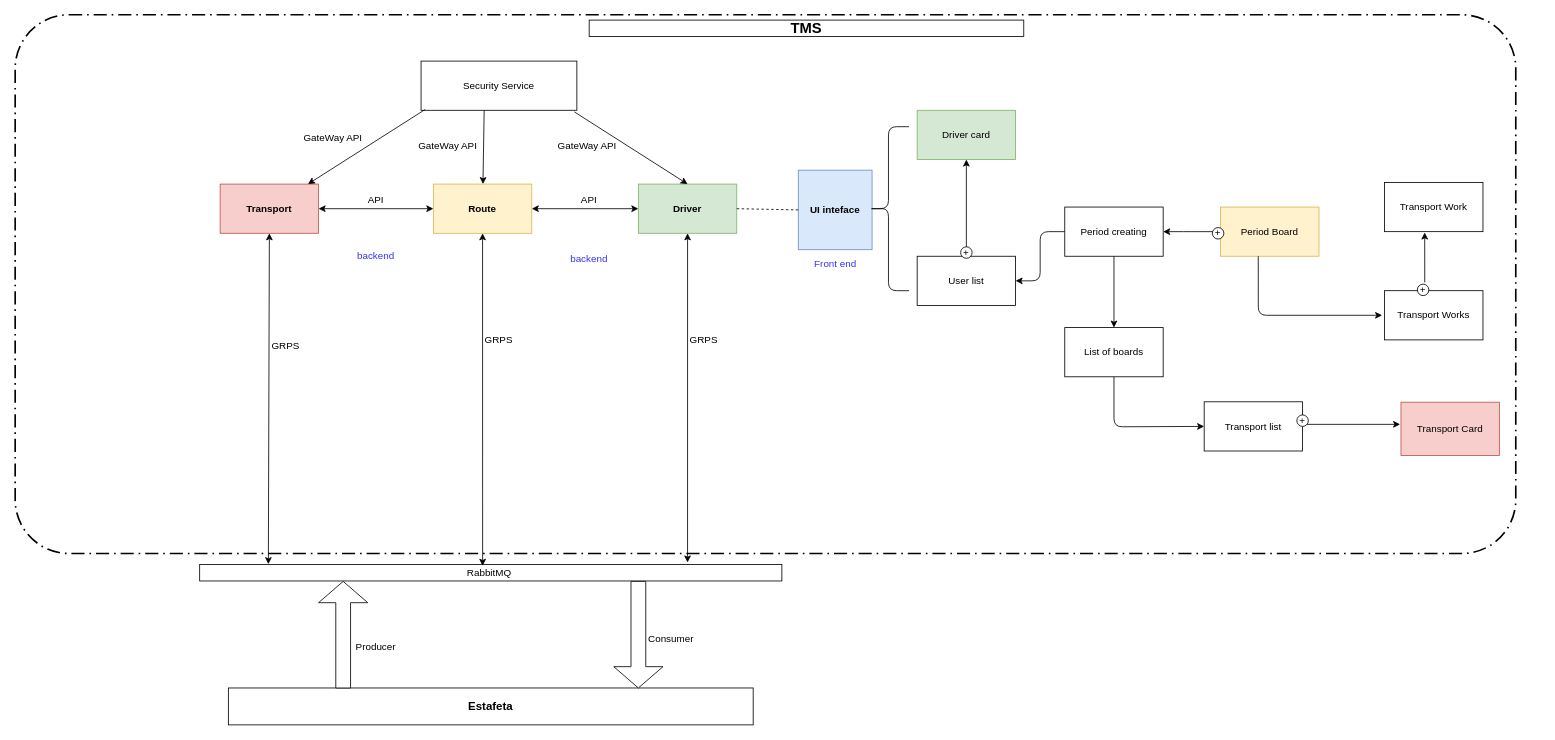
Before: transport.drawio in annastazi02/diagrams, a draw.io diagram. Source tidied: cells renumbered, new cells numbered last; positions are measured from the earlier drawing's top-left corner, leaving out a move shared by most shapes. Both pictures are drawn from the tidied source at 82%, with x=0, y=0 at pixel (15, 15).
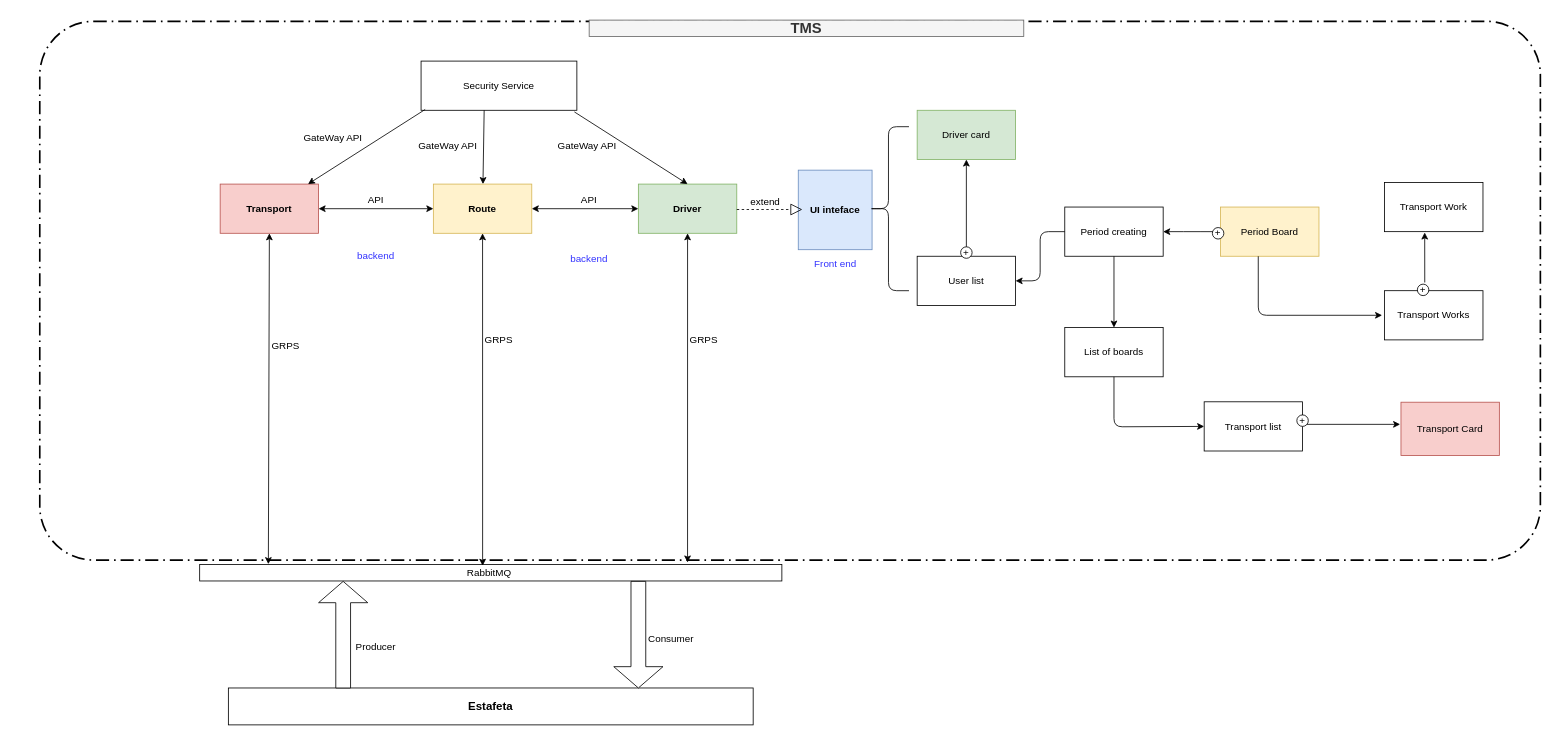
Above is the later version.

Unchanged cells that the change refers to:
```xml
<mxCell id="5" value="&lt;b&gt;Driver&lt;/b&gt;" style="rounded=0;whiteSpace=wrap;html=1;fillColor=#d5e8d4;strokeColor=#82b366;" parent="1" vertex="1">
  <mxGeometry x="760" y="206" width="120" height="60" as="geometry" />
</mxCell>
<mxCell id="28" value="&lt;b&gt;UI inteface&lt;/b&gt;" style="rounded=0;whiteSpace=wrap;html=1;fillColor=#dae8fc;strokeColor=#6c8ebf;" parent="1" vertex="1">
  <mxGeometry x="955" y="189" width="90" height="97" as="geometry" />
</mxCell>
```

What changed in the source:
```diff
@@
-    <mxCell id="53" style="endArrow=none;dashed=1;html=1;exitX=1;exitY=0.5;exitDx=0;exitDy=0;entryX=0;entryY=0.5;entryDx=0;entryDy=0;" parent="1" edge="1" source="5" target="28">
-      <mxGeometry relative="1" as="geometry" />
-    </mxCell>
@@
     <mxCell id="56" style="rounded=1;arcSize=10;dashed=1;strokeColor=#000000;fillColor=none;gradientColor=none;dashPattern=8 3 1 3;strokeWidth=2;" parent="1" vertex="1">
-      <mxGeometry y="-0.5" width="1830" height="657" as="geometry" />
+      <mxGeometry x="30" y="7.5" width="1830" height="657" as="geometry" />
     </mxCell>
-    <mxCell id="57" value="&lt;font style=&quot;font-size: 18px&quot;&gt;&lt;b&gt;TMS&lt;/b&gt;&lt;/font&gt;" style="rounded=0;whiteSpace=wrap;html=1;" parent="1" vertex="1">
+    <mxCell id="57" value="&lt;font style=&quot;font-size: 18px&quot;&gt;&lt;b&gt;TMS&lt;/b&gt;&lt;/font&gt;" style="rounded=0;whiteSpace=wrap;html=1;fillColor=#f5f5f5;strokeColor=#666666;fontColor=#333333;" parent="1" vertex="1">
       <mxGeometry x="700" y="6" width="530" height="20" as="geometry" />
     </mxCell>
+    <mxCell id="58" style="endArrow=block;dashed=1;endFill=0;endSize=12;html=1;" parent="1" edge="1">
+      <mxGeometry relative="1" as="geometry">
+        <mxPoint x="880" y="237" as="sourcePoint" />
+        <mxPoint x="960" y="237" as="targetPoint" />
+      </mxGeometry>
+    </mxCell>
+    <mxCell id="59" value="extend" style="text;html=1;strokeColor=none;fillColor=none;align=center;verticalAlign=middle;whiteSpace=wrap;rounded=0;" parent="1" vertex="1">
+      <mxGeometry x="895" y="217.5" width="40" height="20" as="geometry" />
+    </mxCell>
```
